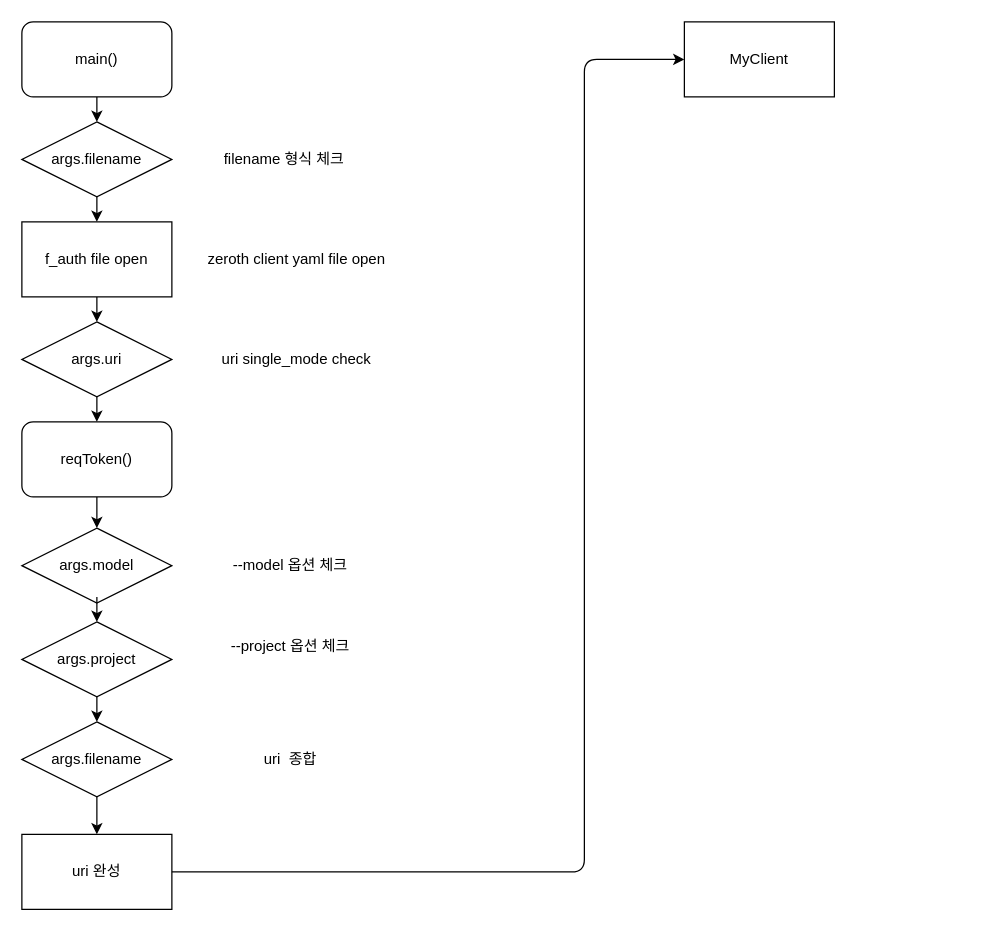
BlueMush/BlueMush keeps this draw.io diagram as Untitled Diagram.drawio. Above is the earlier version. Source tidied: cells renumbered, new cells numbered last; positions are measured from the earlier drawing's top-left corner, leaving out a move shared by most shapes. Both pictures are drawn from the tidied source at 125%, with x=0, y=0 at pixel (21, 21).
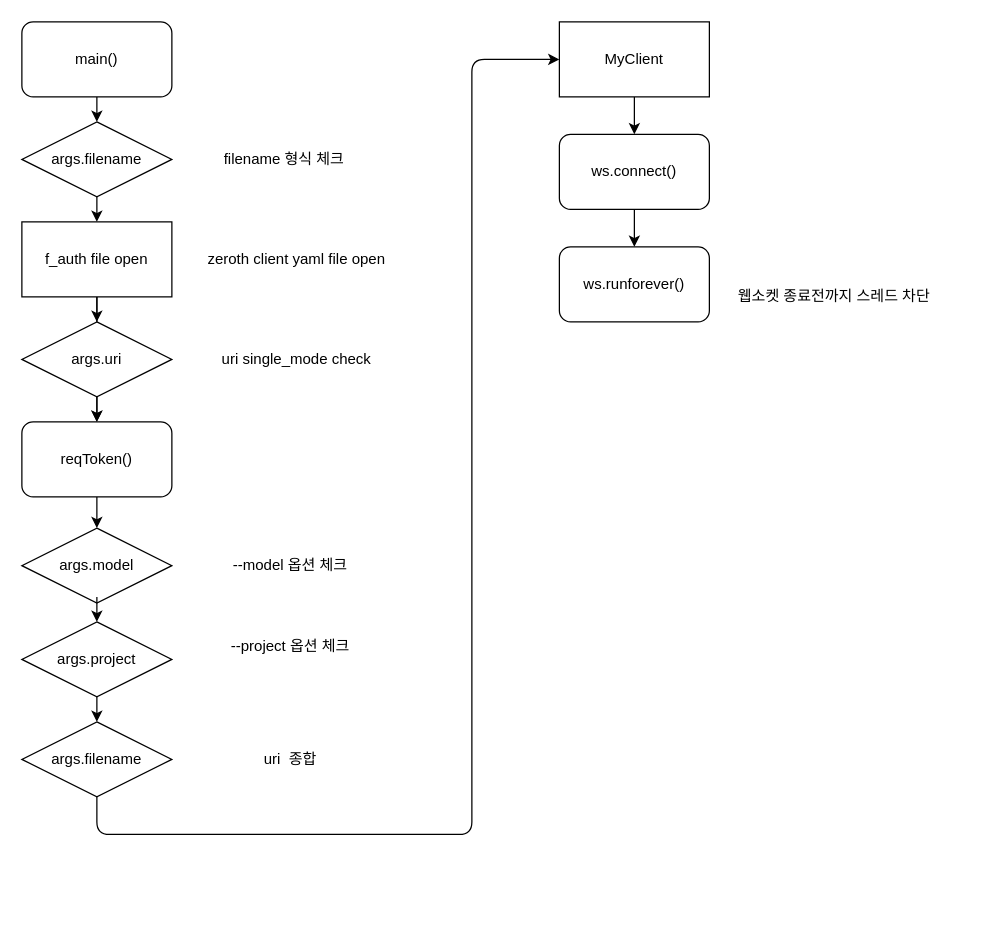
The same diagram, later.

The change refers to these unchanged cells:
```xml
<mxCell id="2" value="f_auth file open" style="rounded=0;whiteSpace=wrap;html=1;" parent="1" vertex="1">
  <mxGeometry y="160" width="120" height="60" as="geometry" />
</mxCell>
<mxCell id="7" value="reqToken()" style="rounded=1;whiteSpace=wrap;html=1;" parent="1" vertex="1">
  <mxGeometry y="320" width="120" height="60" as="geometry" />
</mxCell>
<mxCell id="10" value="args.filename" style="rhombus;whiteSpace=wrap;html=1;" parent="1" vertex="1">
  <mxGeometry y="560" width="120" height="60" as="geometry" />
</mxCell>
```

Diff of the diagram source:
```diff
@@
+    <mxCell id="27" style="edgeStyle=orthogonalEdgeStyle;rounded=0;jettySize=auto;html=1;" parent="1" edge="1" source="2" target="7">
+      <mxGeometry relative="1" as="geometry" />
+    </mxCell>
@@
-    <mxCell id="11" value="uri 완성" style="rounded=0;whiteSpace=wrap;html=1;" parent="1" vertex="1">
-      <mxGeometry y="650" width="120" height="60" as="geometry" />
-    </mxCell>
@@
-    <mxCell id="17" style="endArrow=classic;html=1;exitX=0.5;exitY=1;exitDx=0;exitDy=0;entryX=0.5;entryY=0;entryDx=0;entryDy=0;" parent="1" edge="1" source="10" target="11">
-      <mxGeometry relative="1" as="geometry" />
-    </mxCell>
     <mxCell id="18" value="MyClient" style="rounded=0;whiteSpace=wrap;html=1;" parent="1" vertex="1">
-      <mxGeometry x="530" width="120" height="60" as="geometry" />
+      <mxGeometry x="430" width="120" height="60" as="geometry" />
     </mxCell>
-    <mxCell id="19" style="endArrow=classic;html=1;exitX=1;exitY=0.5;exitDx=0;exitDy=0;entryX=0;entryY=0.5;entryDx=0;entryDy=0;" parent="1" edge="1" source="11" target="18">
+    <mxCell id="19" style="endArrow=classic;html=1;entryX=0;entryY=0.5;entryDx=0;entryDy=0;exitX=0.5;exitY=1;exitDx=0;exitDy=0;" parent="1" edge="1" source="10" target="18">
       <mxGeometry relative="1" as="geometry">
         <Array as="points">
-          <mxPoint x="450" y="680" />
-          <mxPoint x="450" y="30" />
+          <mxPoint x="60" y="650" />
+          <mxPoint x="360" y="650" />
+          <mxPoint x="360" y="30" />
         </Array>
       </mxGeometry>
     </mxCell>
@@
+    <mxCell id="28" value="ws.connect()" style="rounded=1;whiteSpace=wrap;html=1;" parent="1" vertex="1">
+      <mxGeometry x="430" y="90" width="120" height="60" as="geometry" />
+    </mxCell>
+    <mxCell id="29" style="endArrow=classic;html=1;entryX=0.5;entryY=0;entryDx=0;entryDy=0;exitX=0.5;exitY=1;exitDx=0;exitDy=0;" parent="1" edge="1" source="18" target="28">
+      <mxGeometry relative="1" as="geometry" />
+    </mxCell>
+    <mxCell id="30" value="ws.runforever()" style="rounded=1;whiteSpace=wrap;html=1;" parent="1" vertex="1">
+      <mxGeometry x="430" y="180" width="120" height="60" as="geometry" />
+    </mxCell>
+    <mxCell id="31" style="endArrow=classic;html=1;exitX=0.5;exitY=1;exitDx=0;exitDy=0;entryX=0.5;entryY=0;entryDx=0;entryDy=0;" parent="1" edge="1" source="28" target="30">
+      <mxGeometry relative="1" as="geometry" />
+    </mxCell>
+    <mxCell id="32" value="웹소켓 종료전까지 스레드 차단" style="text;html=1;strokeColor=none;fillColor=none;align=center;verticalAlign=middle;whiteSpace=wrap;rounded=0;" parent="1" vertex="1">
+      <mxGeometry x="550" y="210" width="200" height="20" as="geometry" />
+    </mxCell>
```
